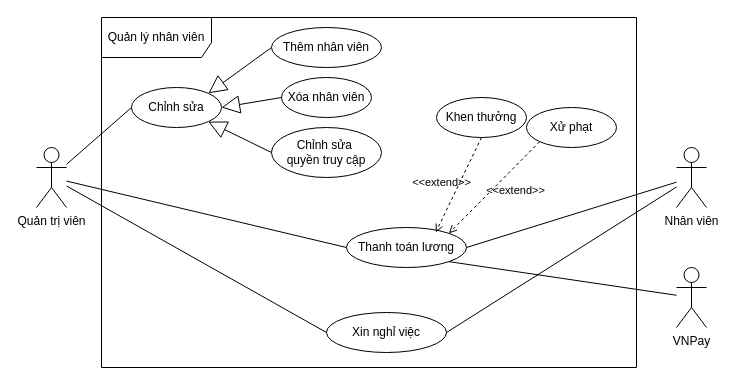
Above: Use Case Diagram/xml/Quản-Lý-Nhân-Viên.drawio in dvhAoU1374/IT3120-PTTKHT (draw.io), before the change. Source tidied: cells renumbered, new cells numbered last; positions are measured from the earlier drawing's top-left corner, leaving out a move shared by most shapes. Both pictures are drawn from the tidied source at 100%, with x=0, y=0 at pixel (36, 17).
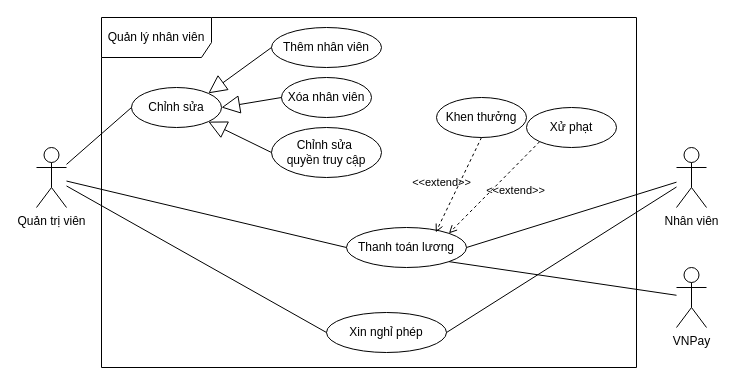
Above is the later version.

The change refers to these unchanged cells:
```xml
<mxCell id="2" value="Quản lý nhân viên" style="shape=umlFrame;whiteSpace=wrap;html=1;width=110;height=40;" parent="1" vertex="1">
  <mxGeometry x="65" width="535" height="350" as="geometry" />
</mxCell>
```

The edit, as a diff of the source:
```diff
@@
-    <mxCell id="11" value="Xin nghỉ việc" style="ellipse;whiteSpace=wrap;html=1;" parent="2" vertex="1">
+    <mxCell id="11" value="Xin nghỉ phép" style="ellipse;whiteSpace=wrap;html=1;" parent="2" vertex="1">
       <mxGeometry x="225" y="295" width="120" height="40" as="geometry" />
     </mxCell>
```
